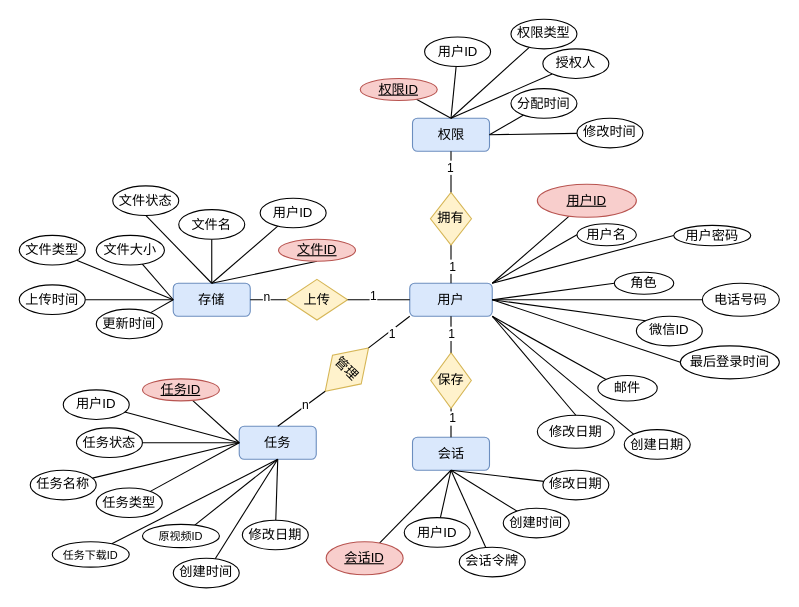
DingDongZz/typera_PicGO keeps this draw.io diagram as DrawIO_file/ER/用户表.drawio. Above is the earlier version. Source tidied: cells renumbered, new cells numbered last; positions are measured from the earlier drawing's top-left corner, leaving out a move shared by most shapes. Both pictures are drawn from the tidied source at 110%, with x=0, y=0 at pixel (19, 19).
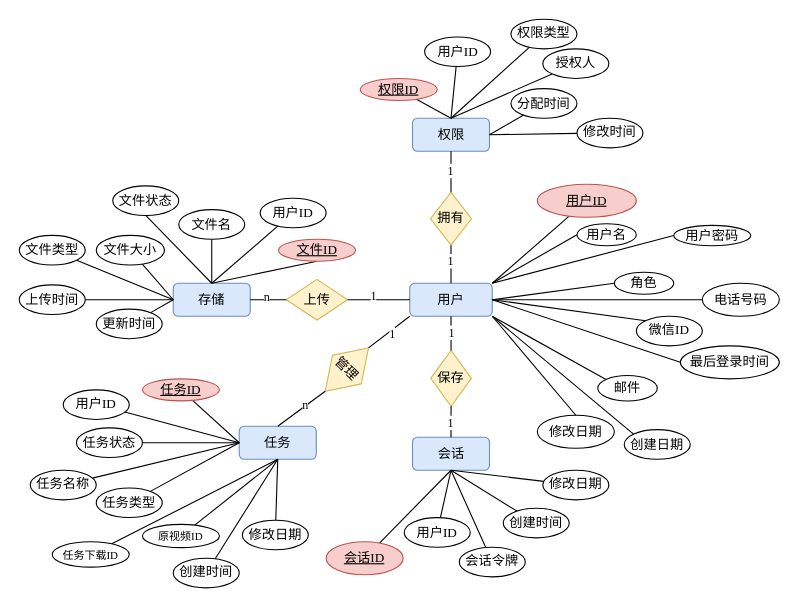
The same diagram, later.

Commit message (it also covers changes not shown here):
更新用户表.drawio

The change refers to these unchanged cells:
```xml
<mxCell id="4" value="用户" style="rounded=1;whiteSpace=wrap;html=1;strokeColor=#6c8ebf;align=center;verticalAlign=middle;fontFamily=宋体;fontSize=12;fillColor=#dae8fc;" parent="1" vertex="1">
  <mxGeometry x="355" y="240" width="75" height="30" as="geometry" />
</mxCell>
<mxCell id="32" style="rounded=0;jettySize=auto;html=1;entryX=1;entryY=0.5;entryDx=0;entryDy=0;endArrow=none;startFill=0;exitX=0;exitY=0.5;exitDx=0;exitDy=0;fontFamily=宋体;" parent="1" edge="1" source="4" target="18">
  <mxGeometry relative="1" as="geometry" />
</mxCell>
<mxCell id="34" style="rounded=0;jettySize=auto;html=1;entryX=0;entryY=1;entryDx=0;entryDy=0;endArrow=none;startFill=0;exitX=0;exitY=0.5;exitDx=0;exitDy=0;fontFamily=宋体;" parent="1" edge="1" source="19" target="4">
  <mxGeometry relative="1" as="geometry" />
</mxCell>
<mxCell id="36" style="rounded=0;jettySize=auto;html=1;entryX=0.5;entryY=0;entryDx=0;entryDy=0;endArrow=none;startFill=0;exitX=1;exitY=0.5;exitDx=0;exitDy=0;fontFamily=宋体;" parent="1" edge="1" source="17" target="4">
  <mxGeometry relative="1" as="geometry" />
</mxCell>
<mxCell id="38" style="rounded=0;jettySize=auto;html=1;entryX=0;entryY=0.5;entryDx=0;entryDy=0;endArrow=none;startFill=0;exitX=0.5;exitY=1;exitDx=0;exitDy=0;fontFamily=宋体;" parent="1" edge="1" source="14" target="17">
  <mxGeometry relative="1" as="geometry" />
</mxCell>
<mxCell id="40" style="rounded=0;jettySize=auto;html=1;entryX=0;entryY=0.5;entryDx=0;entryDy=0;endArrow=none;startFill=0;exitX=1;exitY=0.5;exitDx=0;exitDy=0;fontFamily=宋体;" parent="1" edge="1" source="16" target="18">
  <mxGeometry relative="1" as="geometry" />
</mxCell>
<mxCell id="42" style="rounded=0;jettySize=auto;html=1;entryX=1;entryY=0.5;entryDx=0;entryDy=0;endArrow=none;startFill=0;exitX=0.5;exitY=0;exitDx=0;exitDy=0;fontFamily=宋体;" parent="1" edge="1" source="15" target="19">
  <mxGeometry relative="1" as="geometry" />
</mxCell>
<mxCell id="44" style="rounded=0;jettySize=auto;html=1;entryX=1;entryY=0.5;entryDx=0;entryDy=0;endArrow=none;startFill=0;exitX=0.5;exitY=0;exitDx=0;exitDy=0;fontFamily=宋体;" parent="1" edge="1" source="20" target="21">
  <mxGeometry relative="1" as="geometry" />
</mxCell>
```

What changed in the source:
```diff
@@
-    <mxCell id="3" value="&lt;u&gt;用户ID&lt;/u&gt;" style="ellipse;whiteSpace=wrap;html=1;fillColor=#f8cecc;strokeColor=#b85450;fontFamily=宋体;" parent="1" vertex="1">
+    <mxCell id="3" value="&lt;u&gt;用户&lt;font face=&quot;Times New Roman&quot;&gt;ID&lt;/font&gt;&lt;/u&gt;" style="ellipse;whiteSpace=wrap;html=1;fillColor=#f8cecc;strokeColor=#b85450;fontFamily=宋体;" parent="1" vertex="1">
       <mxGeometry x="471" y="150" width="90" height="30" as="geometry" />
     </mxCell>
@@
-    <mxCell id="8" value="微信ID" style="ellipse;whiteSpace=wrap;html=1;strokeColor=default;align=center;verticalAlign=middle;fontFamily=宋体;fontSize=12;fontColor=default;fillColor=default;" parent="1" vertex="1">
+    <mxCell id="8" value="微信&lt;font face=&quot;Times New Roman&quot;&gt;ID&lt;/font&gt;" style="ellipse;whiteSpace=wrap;html=1;strokeColor=default;align=center;verticalAlign=middle;fontFamily=宋体;fontSize=12;fontColor=default;fillColor=default;" parent="1" vertex="1">
       <mxGeometry x="561" y="270" width="60" height="26.9" as="geometry" />
     </mxCell>
@@
     <mxCell id="21" value="保存" style="rhombus;whiteSpace=wrap;html=1;horizontal=0;rotation=90;fillColor=#fff2cc;strokeColor=#d6b656;fontFamily=宋体;" parent="1" vertex="1">
-      <mxGeometry x="367.2" y="310" width="50.7" height="36.9" as="geometry" />
+      <mxGeometry x="367.2" y="308" width="50.7" height="36.9" as="geometry" />
     </mxCell>
@@
-    <mxCell id="31" value="1" style="rounded=0;jettySize=auto;html=1;entryX=0.5;entryY=1;entryDx=0;entryDy=0;endArrow=none;startFill=0;exitX=0;exitY=0.5;exitDx=0;exitDy=0;fontFamily=宋体;" parent="1" edge="1" source="21" target="4">
+    <mxCell id="31" value="1" style="rounded=0;jettySize=auto;html=1;entryX=0.5;entryY=1;entryDx=0;entryDy=0;endArrow=none;startFill=0;exitX=0;exitY=0.5;exitDx=0;exitDy=0;fontFamily=Times New Roman;" parent="1" edge="1" source="21" target="4">
       <mxGeometry relative="1" as="geometry" />
     </mxCell>
@@
-    <mxCell id="33" value="1" style="edgeLabel;html=1;align=center;verticalAlign=middle;fontFamily=宋体;fontSize=11;fontColor=default;labelBackgroundColor=default;" parent="32" vertex="1">
+    <mxCell id="33" value="1" style="edgeLabel;html=1;align=center;verticalAlign=middle;fontFamily=Times New Roman;fontSize=11;fontColor=default;labelBackgroundColor=default;" parent="32" vertex="1">
       <mxGeometry x="0.2" y="-3" relative="1" as="geometry" />
     </mxCell>
@@
-    <mxCell id="35" value="1" style="edgeLabel;html=1;align=center;verticalAlign=middle;fontFamily=宋体;fontSize=11;fontColor=default;labelBackgroundColor=default;" parent="34" vertex="1">
+    <mxCell id="35" value="1" style="edgeLabel;html=1;align=center;verticalAlign=middle;fontFamily=Times New Roman;fontSize=11;fontColor=default;labelBackgroundColor=default;" parent="34" vertex="1">
       <mxGeometry x="0.05" y="-2" relative="1" as="geometry" />
     </mxCell>
@@
-    <mxCell id="37" value="1" style="edgeLabel;html=1;align=center;verticalAlign=middle;fontFamily=宋体;fontSize=11;fontColor=default;labelBackgroundColor=default;" parent="36" vertex="1">
-      <mxGeometry x="0.07" y="1" relative="1" as="geometry" />
+    <mxCell id="37" value="1" style="edgeLabel;html=1;align=center;verticalAlign=middle;fontFamily=Times New Roman;fontSize=11;fontColor=default;labelBackgroundColor=default;" parent="36" vertex="1">
+      <mxGeometry x="0.07" y="1" relative="1" as="geometry">
+        <mxPoint x="-2" y="-5" as="offset" />
+      </mxGeometry>
     </mxCell>
@@
-    <mxCell id="39" value="1" style="edgeLabel;html=1;align=center;verticalAlign=middle;fontFamily=宋体;fontSize=11;fontColor=default;labelBackgroundColor=default;" parent="38" vertex="1">
-      <mxGeometry x="-0.23" y="-1" relative="1" as="geometry" />
+    <mxCell id="39" value="1" style="edgeLabel;html=1;align=center;verticalAlign=middle;fontFamily=Times New Roman;fontSize=11;fontColor=default;labelBackgroundColor=default;" parent="38" vertex="1">
+      <mxGeometry x="-0.23" y="-1" relative="1" as="geometry">
+        <mxPoint y="3" as="offset" />
+      </mxGeometry>
     </mxCell>
@@
-    <mxCell id="41" value="n" style="edgeLabel;html=1;align=center;verticalAlign=middle;fontFamily=宋体;fontSize=11;fontColor=default;labelBackgroundColor=default;" parent="40" vertex="1">
+    <mxCell id="41" value="n" style="edgeLabel;html=1;align=center;verticalAlign=middle;fontFamily=Times New Roman;fontSize=11;fontColor=default;labelBackgroundColor=default;" parent="40" vertex="1">
       <mxGeometry x="-0.09" y="2" relative="1" as="geometry" />
     </mxCell>
@@
-    <mxCell id="43" value="n" style="edgeLabel;html=1;align=center;verticalAlign=middle;fontFamily=宋体;fontSize=11;fontColor=default;labelBackgroundColor=default;" parent="42" vertex="1">
+    <mxCell id="43" value="n" style="edgeLabel;html=1;align=center;verticalAlign=middle;fontFamily=Times New Roman;fontSize=11;fontColor=default;labelBackgroundColor=default;" parent="42" vertex="1">
       <mxGeometry x="0.14" y="1" relative="1" as="geometry" />
     </mxCell>
@@
-    <mxCell id="45" value="1" style="edgeLabel;html=1;align=center;verticalAlign=middle;fontFamily=宋体;fontSize=11;fontColor=default;labelBackgroundColor=default;" parent="44" vertex="1">
-      <mxGeometry x="0.38" y="-1" relative="1" as="geometry" />
+    <mxCell id="45" value="1" style="edgeLabel;html=1;align=center;verticalAlign=middle;fontFamily=Times New Roman;fontSize=11;fontColor=default;labelBackgroundColor=default;" parent="44" vertex="1">
+      <mxGeometry x="0.38" y="-1" relative="1" as="geometry">
+        <mxPoint x="-2" y="5" as="offset" />
+      </mxGeometry>
     </mxCell>
@@
-    <mxCell id="47" value="会话ID" style="ellipse;whiteSpace=wrap;html=1;fontStyle=4;fillColor=#f8cecc;strokeColor=#b85450;fontFamily=宋体;" parent="1" vertex="1">
+    <mxCell id="47" value="会话&lt;font face=&quot;Times New Roman&quot;&gt;ID&lt;/font&gt;" style="ellipse;whiteSpace=wrap;html=1;fontStyle=4;fillColor=#f8cecc;strokeColor=#b85450;fontFamily=宋体;" parent="1" vertex="1">
       <mxGeometry x="279" y="475" width="70" height="30" as="geometry" />
     </mxCell>
@@
-    <mxCell id="49" value="用户ID" style="ellipse;whiteSpace=wrap;html=1;fontFamily=宋体;" parent="1" vertex="1">
+    <mxCell id="49" value="用户&lt;font face=&quot;Times New Roman&quot;&gt;ID&lt;/font&gt;" style="ellipse;whiteSpace=wrap;html=1;fontFamily=宋体;" parent="1" vertex="1">
       <mxGeometry x="350" y="453.1" width="60" height="26.9" as="geometry" />
     </mxCell>
@@
-    <mxCell id="57" value="任务ID" style="ellipse;whiteSpace=wrap;html=1;fontStyle=4;fillColor=#f8cecc;strokeColor=#b85450;fontFamily=宋体;" parent="1" vertex="1">
+    <mxCell id="57" value="任务&lt;font face=&quot;Times New Roman&quot;&gt;ID&lt;/font&gt;" style="ellipse;whiteSpace=wrap;html=1;fontStyle=4;fillColor=#f8cecc;strokeColor=#b85450;fontFamily=宋体;" parent="1" vertex="1">
       <mxGeometry x="112" y="326.9" width="70" height="20" as="geometry" />
     </mxCell>
@@
-    <mxCell id="59" value="用户ID" style="ellipse;whiteSpace=wrap;html=1;fontFamily=宋体;" parent="1" vertex="1">
+    <mxCell id="59" value="用户&lt;font face=&quot;Times New Roman&quot;&gt;ID&lt;/font&gt;" style="ellipse;whiteSpace=wrap;html=1;fontFamily=宋体;" parent="1" vertex="1">
       <mxGeometry x="40" y="336.9" width="60" height="26.9" as="geometry" />
     </mxCell>
@@
-    <mxCell id="63" value="任务下载ID" style="ellipse;whiteSpace=wrap;html=1;fontSize=10;fontFamily=宋体;" parent="1" vertex="1">
+    <mxCell id="63" value="任务下载&lt;font face=&quot;Times New Roman&quot;&gt;ID&lt;/font&gt;" style="ellipse;whiteSpace=wrap;html=1;fontSize=10;fontFamily=宋体;" parent="1" vertex="1">
       <mxGeometry x="30" y="475" width="70" height="23.1" as="geometry" />
     </mxCell>
@@
-    <mxCell id="67" value="原视频ID" style="ellipse;whiteSpace=wrap;html=1;fontSize=10;fontFamily=宋体;" parent="1" vertex="1">
+    <mxCell id="67" value="原视频&lt;font face=&quot;Times New Roman&quot;&gt;ID&lt;/font&gt;" style="ellipse;whiteSpace=wrap;html=1;fontSize=10;fontFamily=宋体;" parent="1" vertex="1">
       <mxGeometry x="112" y="459.2" width="70" height="21.1" as="geometry" />
     </mxCell>
@@
-    <mxCell id="75" value="权限ID" style="ellipse;whiteSpace=wrap;html=1;fontStyle=4;fillColor=#f8cecc;strokeColor=#b85450;fontFamily=宋体;" parent="1" vertex="1">
+    <mxCell id="75" value="权限&lt;font face=&quot;Times New Roman&quot;&gt;ID&lt;/font&gt;" style="ellipse;whiteSpace=wrap;html=1;fontStyle=4;fillColor=#f8cecc;strokeColor=#b85450;fontFamily=宋体;" parent="1" vertex="1">
       <mxGeometry x="310" y="53.9" width="70" height="20" as="geometry" />
     </mxCell>
@@
-    <mxCell id="77" value="用户ID" style="ellipse;whiteSpace=wrap;html=1;fontFamily=宋体;" parent="1" vertex="1">
+    <mxCell id="77" value="用户&lt;font face=&quot;Times New Roman&quot;&gt;ID&lt;/font&gt;" style="ellipse;whiteSpace=wrap;html=1;fontFamily=宋体;" parent="1" vertex="1">
       <mxGeometry x="368.5" y="16.1" width="60" height="26.9" as="geometry" />
     </mxCell>
@@
-    <mxCell id="87" value="文件ID" style="ellipse;whiteSpace=wrap;html=1;fontStyle=4;fillColor=#f8cecc;strokeColor=#b85450;fontFamily=宋体;" parent="1" vertex="1">
+    <mxCell id="87" value="文件&lt;font face=&quot;Times New Roman&quot;&gt;ID&lt;/font&gt;" style="ellipse;whiteSpace=wrap;html=1;fontStyle=4;fillColor=#f8cecc;strokeColor=#b85450;fontFamily=宋体;" parent="1" vertex="1">
       <mxGeometry x="235.7" y="200" width="70" height="20" as="geometry" />
     </mxCell>
@@
-    <mxCell id="89" value="用户ID" style="ellipse;whiteSpace=wrap;html=1;fontFamily=宋体;" parent="1" vertex="1">
+    <mxCell id="89" value="用户&lt;font face=&quot;Times New Roman&quot;&gt;ID&lt;/font&gt;" style="ellipse;whiteSpace=wrap;html=1;fontFamily=宋体;" parent="1" vertex="1">
       <mxGeometry x="219" y="162.7" width="60" height="26.9" as="geometry" />
     </mxCell>
```
